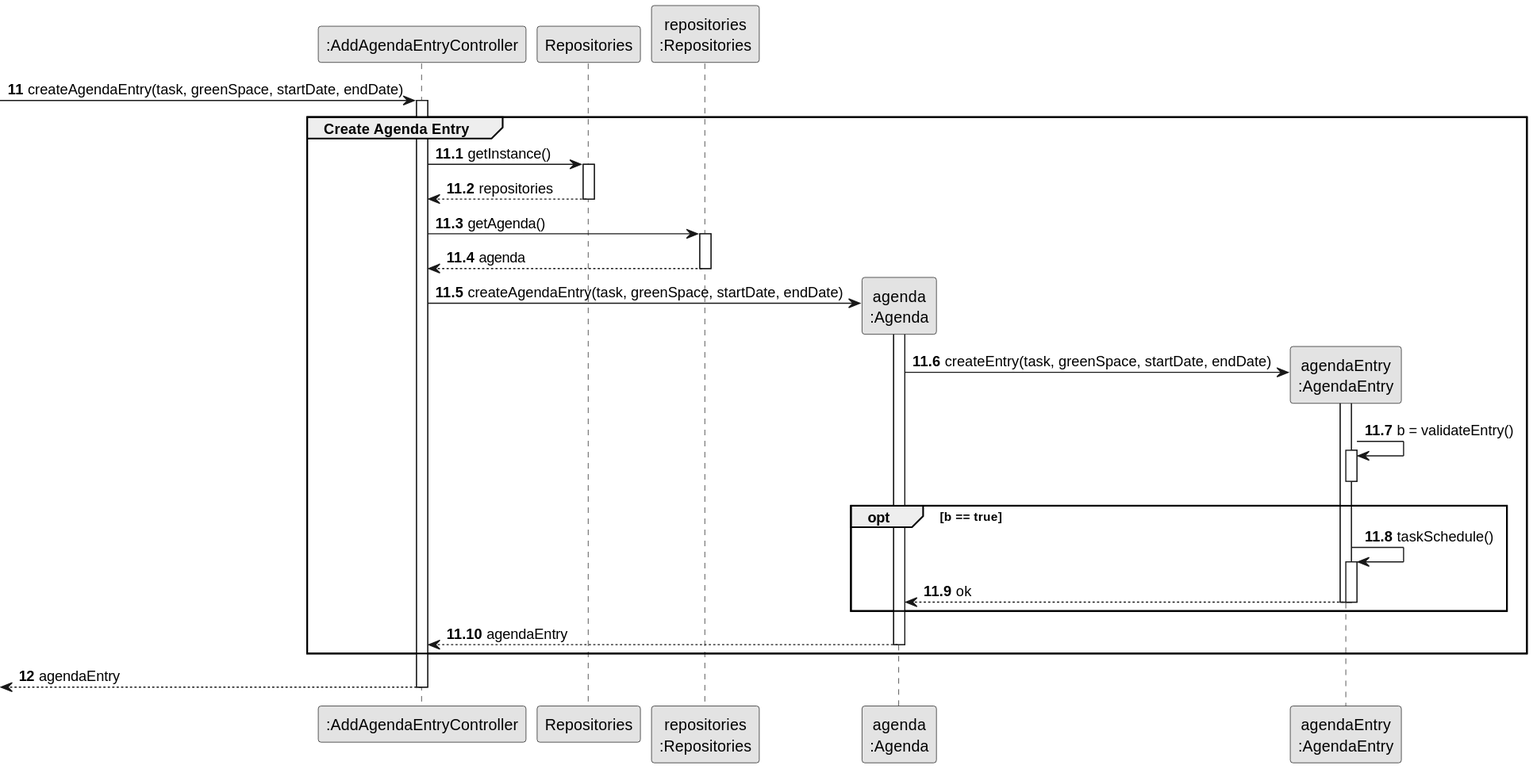
This is docs/sprintC/us022/03.design/svg/us022-sequence-diagram-partial-create-agenda-entry.svg from diogoveirospro/lei-24-s2-1dg-g072, a PlantUML export, as it was before one commit.
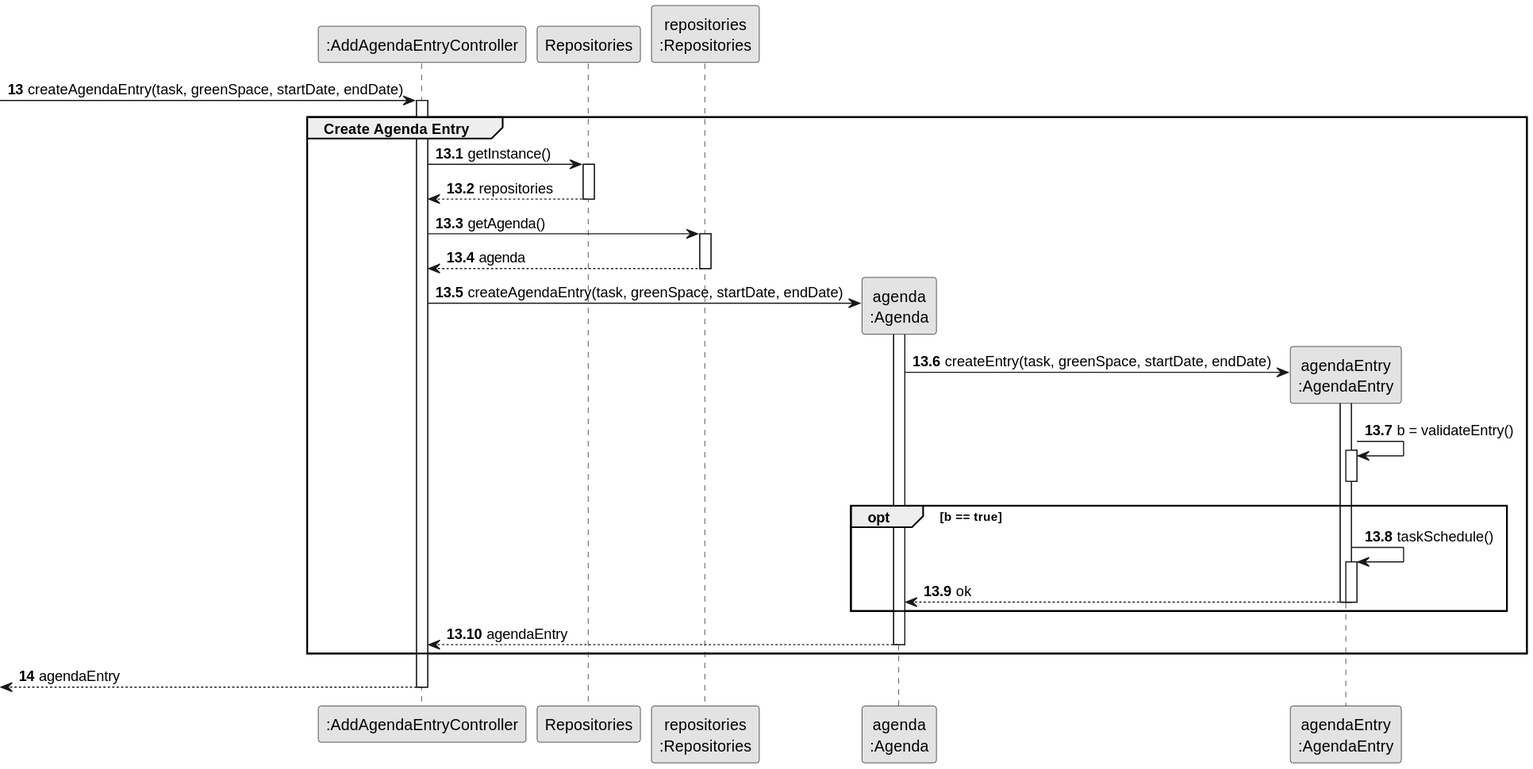
Later version of the same file.

Change to the diagram source:
```diff
@@ -9,10 +9,10 @@
 participant "agenda\n:Agenda" as AGENDA
 participant "agendaEntry\n:AgendaEntry" as AGENDAENTRY
 
-autonumber 11
+autonumber 13
 -> CTRL: createAgendaEntry(task, greenSpace, startDate, endDate)
 
-autonumber 11.1
+autonumber 13.1
 activate CTRL
     group Create Agenda Entry
 
@@ -54,7 +54,7 @@
 
     end
 
-    autonumber 12
+    autonumber 14
     <-- CTRL : agendaEntry
 deactivate CTRL
 @enduml
```
